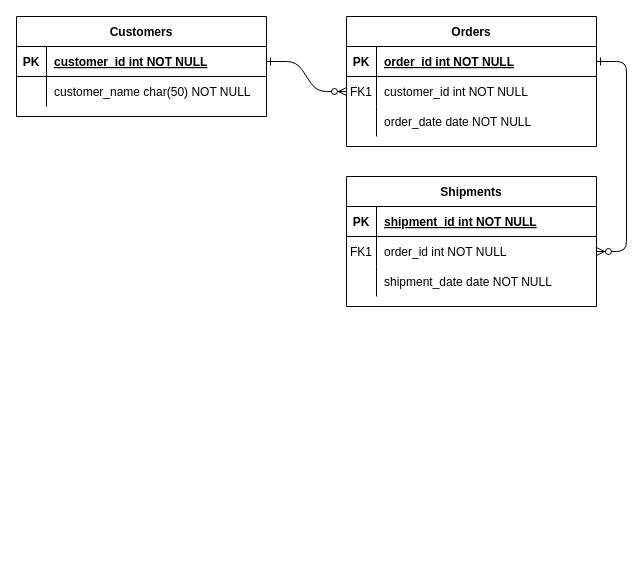
Above: Untitled Diagram.drawio in vinaykurmi/automobile-insurance-star-schema (draw.io), before the change. Source tidied: cells renumbered, new cells numbered last; positions are measured from the earlier drawing's top-left corner, leaving out a move shared by most shapes. Both pictures are drawn from the tidied source at 100%, with x=0, y=0 at pixel (16, 16).
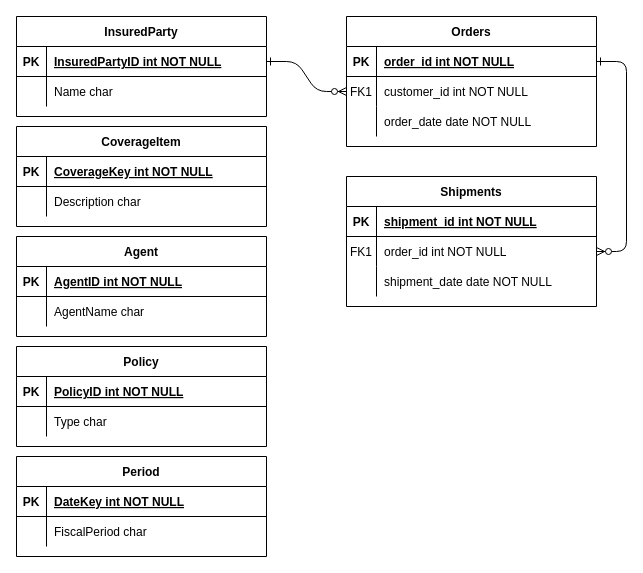
After the change.

The change refers to these unchanged cells:
```xml
<mxCell id="25" style="shape=partialRectangle;fillColor=none;points=[[0,0.5],[1,0.5]];portConstraint=eastwest;top=0;left=0;right=0;bottom=1;" parent="24" vertex="1">
  <mxGeometry y="30" width="250" height="30" as="geometry" />
</mxCell>
<mxCell id="28" style="shape=partialRectangle;fillColor=none;top=0;left=0;right=0;bottom=0;" parent="24" vertex="1">
  <mxGeometry y="60" width="250" height="30" as="geometry" />
</mxCell>
```

Diff of the diagram source:
```diff
@@
-    <mxCell id="24" value="Customers" style="shape=table;startSize=30;childLayout=tableLayout;rowLines=0;fontStyle=1;align=center;" parent="1" vertex="1">
+    <mxCell id="24" value="InsuredParty" style="shape=table;startSize=30;childLayout=tableLayout;rowLines=0;fontStyle=1;align=center;" parent="1" vertex="1">
       <mxGeometry width="250" height="100" as="geometry" />
     </mxCell>
@@
-    <mxCell id="27" value="customer_id int NOT NULL " style="shape=partialRectangle;overflow=hidden;fillColor=none;top=0;left=0;bottom=0;right=0;align=left;spacingLeft=6;fontStyle=5;" parent="25" vertex="1">
+    <mxCell id="27" value="InsuredPartyID int NOT NULL " style="shape=partialRectangle;overflow=hidden;fillColor=none;top=0;left=0;bottom=0;right=0;align=left;spacingLeft=6;fontStyle=5;" parent="25" vertex="1">
       <mxGeometry x="30" width="220" height="30" as="geometry" />
     </mxCell>
@@
-    <mxCell id="30" value="customer_name char(50) NOT NULL" style="shape=partialRectangle;overflow=hidden;fillColor=none;top=0;left=0;bottom=0;right=0;align=left;spacingLeft=6;" parent="28" vertex="1">
+    <mxCell id="30" value="Name char" style="shape=partialRectangle;overflow=hidden;fillColor=none;top=0;left=0;bottom=0;right=0;align=left;spacingLeft=6;" parent="28" vertex="1">
       <mxGeometry x="30" width="220" height="30" as="geometry" />
     </mxCell>
+    <mxCell id="31" value="CoverageItem" style="shape=table;startSize=30;childLayout=tableLayout;rowLines=0;fontStyle=1;align=center;" parent="1" vertex="1">
+      <mxGeometry y="110" width="250" height="100" as="geometry" />
+    </mxCell>
+    <mxCell id="32" style="shape=partialRectangle;fillColor=none;top=0;left=0;right=0;bottom=1;" parent="31" vertex="1">
+      <mxGeometry y="30" width="250" height="30" as="geometry" />
+    </mxCell>
+    <mxCell id="33" value="PK" style="shape=partialRectangle;overflow=hidden;fillColor=none;top=0;left=0;bottom=0;right=0;fontStyle=1;" parent="32" vertex="1">
+      <mxGeometry width="30" height="30" as="geometry" />
+    </mxCell>
+    <mxCell id="34" value="CoverageKey int NOT NULL " style="shape=partialRectangle;overflow=hidden;fillColor=none;top=0;left=0;bottom=0;right=0;align=left;spacingLeft=6;fontStyle=5;" parent="32" vertex="1">
+      <mxGeometry x="30" width="220" height="30" as="geometry" />
+    </mxCell>
+    <mxCell id="35" style="shape=partialRectangle;fillColor=none;top=0;left=0;right=0;bottom=0;" parent="31" vertex="1">
+      <mxGeometry y="60" width="250" height="30" as="geometry" />
+    </mxCell>
+    <mxCell id="36" style="shape=partialRectangle;overflow=hidden;fillColor=none;top=0;left=0;bottom=0;right=0;" parent="35" vertex="1">
+      <mxGeometry width="30" height="30" as="geometry" />
+    </mxCell>
+    <mxCell id="37" value="Description char" style="shape=partialRectangle;overflow=hidden;fillColor=none;top=0;left=0;bottom=0;right=0;align=left;spacingLeft=6;" parent="35" vertex="1">
+      <mxGeometry x="30" width="220" height="30" as="geometry" />
+    </mxCell>
+    <mxCell id="38" value="Agent" style="shape=table;startSize=30;childLayout=tableLayout;rowLines=0;fontStyle=1;align=center;" parent="1" vertex="1">
+      <mxGeometry y="220" width="250" height="100" as="geometry" />
+    </mxCell>
+    <mxCell id="39" style="shape=partialRectangle;fillColor=none;top=0;left=0;right=0;bottom=1;" parent="38" vertex="1">
+      <mxGeometry y="30" width="250" height="30" as="geometry" />
+    </mxCell>
+    <mxCell id="40" value="PK" style="shape=partialRectangle;overflow=hidden;fillColor=none;top=0;left=0;bottom=0;right=0;fontStyle=1;" parent="39" vertex="1">
+      <mxGeometry width="30" height="30" as="geometry" />
+    </mxCell>
+    <mxCell id="41" value="AgentID int NOT NULL " style="shape=partialRectangle;overflow=hidden;fillColor=none;top=0;left=0;bottom=0;right=0;align=left;spacingLeft=6;fontStyle=5;" parent="39" vertex="1">
+      <mxGeometry x="30" width="220" height="30" as="geometry" />
+    </mxCell>
+    <mxCell id="42" style="shape=partialRectangle;fillColor=none;top=0;left=0;right=0;bottom=0;" parent="38" vertex="1">
+      <mxGeometry y="60" width="250" height="30" as="geometry" />
+    </mxCell>
+    <mxCell id="43" style="shape=partialRectangle;overflow=hidden;fillColor=none;top=0;left=0;bottom=0;right=0;" parent="42" vertex="1">
+      <mxGeometry width="30" height="30" as="geometry" />
+    </mxCell>
+    <mxCell id="44" value="AgentName char" style="shape=partialRectangle;overflow=hidden;fillColor=none;top=0;left=0;bottom=0;right=0;align=left;spacingLeft=6;" parent="42" vertex="1">
+      <mxGeometry x="30" width="220" height="30" as="geometry" />
+    </mxCell>
+    <mxCell id="45" value="Policy" style="shape=table;startSize=30;childLayout=tableLayout;rowLines=0;fontStyle=1;align=center;" parent="1" vertex="1">
+      <mxGeometry y="330" width="250" height="100" as="geometry" />
+    </mxCell>
+    <mxCell id="46" style="shape=partialRectangle;fillColor=none;top=0;left=0;right=0;bottom=1;" parent="45" vertex="1">
+      <mxGeometry y="30" width="250" height="30" as="geometry" />
+    </mxCell>
+    <mxCell id="47" value="PK" style="shape=partialRectangle;overflow=hidden;fillColor=none;top=0;left=0;bottom=0;right=0;fontStyle=1;" parent="46" vertex="1">
+      <mxGeometry width="30" height="30" as="geometry" />
+    </mxCell>
+    <mxCell id="48" value="PolicyID int NOT NULL " style="shape=partialRectangle;overflow=hidden;fillColor=none;top=0;left=0;bottom=0;right=0;align=left;spacingLeft=6;fontStyle=5;" parent="46" vertex="1">
+      <mxGeometry x="30" width="220" height="30" as="geometry" />
+    </mxCell>
+    <mxCell id="49" style="shape=partialRectangle;fillColor=none;top=0;left=0;right=0;bottom=0;" parent="45" vertex="1">
+      <mxGeometry y="60" width="250" height="30" as="geometry" />
+    </mxCell>
+    <mxCell id="50" style="shape=partialRectangle;overflow=hidden;fillColor=none;top=0;left=0;bottom=0;right=0;" parent="49" vertex="1">
+      <mxGeometry width="30" height="30" as="geometry" />
+    </mxCell>
+    <mxCell id="51" value="Type char" style="shape=partialRectangle;overflow=hidden;fillColor=none;top=0;left=0;bottom=0;right=0;align=left;spacingLeft=6;" parent="49" vertex="1">
+      <mxGeometry x="30" width="220" height="30" as="geometry" />
+    </mxCell>
+    <mxCell id="52" value="Period" style="shape=table;startSize=30;childLayout=tableLayout;rowLines=0;fontStyle=1;align=center;" parent="1" vertex="1">
+      <mxGeometry y="440" width="250" height="100" as="geometry" />
+    </mxCell>
+    <mxCell id="53" style="shape=partialRectangle;fillColor=none;top=0;left=0;right=0;bottom=1;" parent="52" vertex="1">
+      <mxGeometry y="30" width="250" height="30" as="geometry" />
+    </mxCell>
+    <mxCell id="54" value="PK" style="shape=partialRectangle;overflow=hidden;fillColor=none;top=0;left=0;bottom=0;right=0;fontStyle=1;" parent="53" vertex="1">
+      <mxGeometry width="30" height="30" as="geometry" />
+    </mxCell>
+    <mxCell id="55" value="DateKey int NOT NULL " style="shape=partialRectangle;overflow=hidden;fillColor=none;top=0;left=0;bottom=0;right=0;align=left;spacingLeft=6;fontStyle=5;" parent="53" vertex="1">
+      <mxGeometry x="30" width="220" height="30" as="geometry" />
+    </mxCell>
+    <mxCell id="56" style="shape=partialRectangle;fillColor=none;top=0;left=0;right=0;bottom=0;" parent="52" vertex="1">
+      <mxGeometry y="60" width="250" height="30" as="geometry" />
+    </mxCell>
+    <mxCell id="57" style="shape=partialRectangle;overflow=hidden;fillColor=none;top=0;left=0;bottom=0;right=0;" parent="56" vertex="1">
+      <mxGeometry width="30" height="30" as="geometry" />
+    </mxCell>
+    <mxCell id="58" value="FiscalPeriod char" style="shape=partialRectangle;overflow=hidden;fillColor=none;top=0;left=0;bottom=0;right=0;align=left;spacingLeft=6;" parent="56" vertex="1">
+      <mxGeometry x="30" width="220" height="30" as="geometry" />
+    </mxCell>
```
